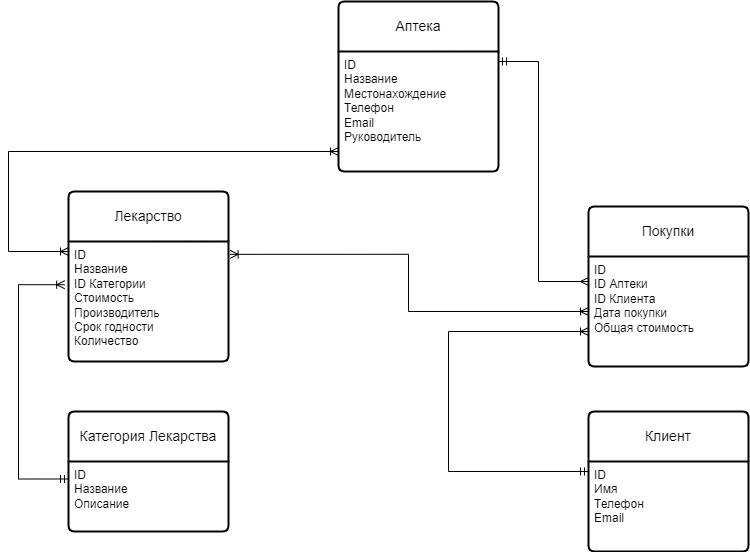
Earlier version of the draw.io export Data_Base.drawio.png (Darber32/Calculator). Source tidied: cells renumbered, new cells last; positions are measured from the earlier drawing's top-left corner, leaving out a move shared by most shapes.
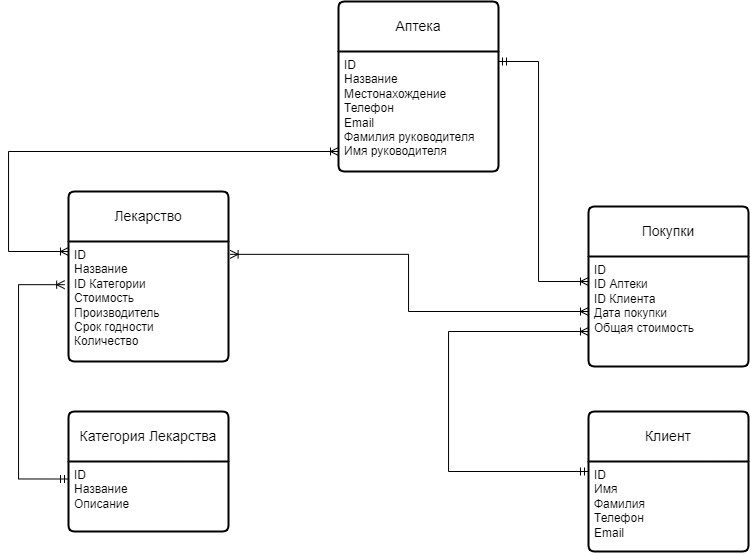
The same diagram one commit later.

The edit, as a diff of the source:
```diff
@@ -5,7 +5,7 @@
     <mxCell id="2" value="Аптека" style="swimlane;horizontal=1;startSize=50;rounded=1;fontSize=14;fontStyle=0;strokeWidth=2;shadow=0;dashed=0;align=center;arcSize=4;whiteSpace=wrap;html=1;" parent="1" vertex="1">
       <mxGeometry x="330" width="160" height="170" as="geometry" />
     </mxCell>
-    <mxCell id="3" value="ID&lt;div&gt;Название&lt;/div&gt;&lt;div&gt;Местонахождение&lt;/div&gt;&lt;div&gt;Телефон&lt;/div&gt;&lt;div&gt;Email&lt;/div&gt;&lt;div&gt;Руководитель&lt;/div&gt;&lt;div&gt;&lt;br&gt;&lt;/div&gt;" style="align=left;strokeColor=none;fillColor=none;spacingLeft=4;fontSize=12;verticalAlign=top;html=1;" parent="2" vertex="1">
+    <mxCell id="3" value="ID&lt;div&gt;Название&lt;/div&gt;&lt;div&gt;Местонахождение&lt;/div&gt;&lt;div&gt;Телефон&lt;/div&gt;&lt;div&gt;Email&lt;/div&gt;&lt;div&gt;Фамилия руководителя&lt;/div&gt;&lt;div&gt;Имя руководителя&lt;/div&gt;&lt;div&gt;&lt;br&gt;&lt;/div&gt;" style="align=left;strokeColor=none;fillColor=none;spacingLeft=4;fontSize=12;verticalAlign=top;html=1;" parent="2" vertex="1">
       <mxGeometry y="50" width="160" height="120" as="geometry" />
     </mxCell>
     <mxCell id="4" value="Лекарство" style="swimlane;horizontal=1;startSize=50;rounded=1;fontSize=14;fontStyle=0;strokeWidth=2;shadow=0;dashed=0;align=center;arcSize=4;whiteSpace=wrap;html=1;" parent="1" vertex="1">
@@ -29,7 +29,7 @@
     <mxCell id="10" value="Клиент" style="swimlane;horizontal=1;startSize=50;rounded=1;fontSize=14;fontStyle=0;strokeWidth=2;shadow=0;dashed=0;align=center;arcSize=4;whiteSpace=wrap;html=1;" parent="1" vertex="1">
       <mxGeometry x="580" y="410" width="160" height="140" as="geometry" />
     </mxCell>
-    <mxCell id="11" value="ID&lt;div&gt;Имя&lt;/div&gt;&lt;div&gt;Телефон&lt;/div&gt;&lt;div&gt;Email&lt;/div&gt;&lt;div&gt;&lt;br&gt;&lt;/div&gt;" style="align=left;strokeColor=none;fillColor=none;spacingLeft=4;fontSize=12;verticalAlign=top;html=1;" parent="10" vertex="1">
+    <mxCell id="11" value="ID&lt;div&gt;Имя&lt;br&gt;&lt;div&gt;Фамилия&lt;div&gt;Телефон&lt;/div&gt;&lt;div&gt;Email&lt;/div&gt;&lt;div&gt;&lt;br&gt;&lt;/div&gt;&lt;/div&gt;&lt;/div&gt;" style="align=left;strokeColor=none;fillColor=none;spacingLeft=4;fontSize=12;verticalAlign=top;html=1;" parent="10" vertex="1">
       <mxGeometry y="50" width="160" height="90" as="geometry" />
     </mxCell>
     <mxCell id="12" style="edgeStyle=orthogonalEdgeStyle;fontSize=12;html=1;endArrow=ERmandOne;startArrow=ERoneToMany;rounded=0;entryX=0;entryY=0.25;entryDx=0;entryDy=0;exitX=-0.024;exitY=0.36;exitDx=0;exitDy=0;exitPerimeter=0;endFill=0;startFill=0;" parent="1" edge="1" source="5" target="9">
@@ -57,7 +57,7 @@
         </Array>
       </mxGeometry>
     </mxCell>
-    <mxCell id="15" style="edgeStyle=orthogonalEdgeStyle;fontSize=12;html=1;endArrow=ERmany;startArrow=ERmandOne;rounded=0;startFill=0;endFill=0;" parent="1" edge="1" source="3" target="7">
+    <mxCell id="15" style="edgeStyle=orthogonalEdgeStyle;fontSize=12;html=1;endArrow=ERoneToMany;startArrow=ERmandOne;rounded=0;startFill=0;endFill=0;" parent="1" edge="1" source="3" target="7">
       <mxGeometry relative="1" as="geometry">
         <Array as="points">
           <mxPoint x="530" y="60" />
```
